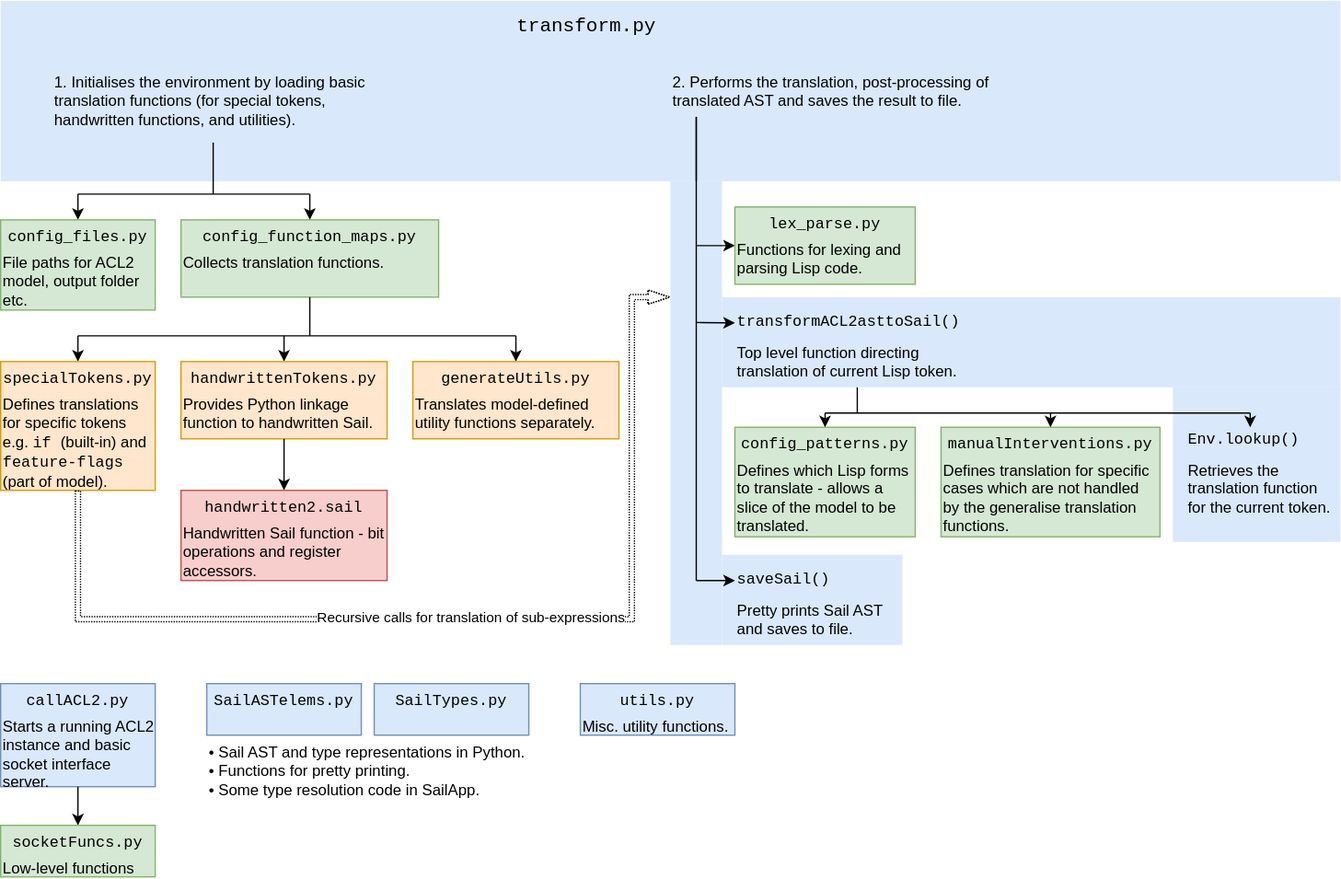
Above: doc/Diagrams.svg in rems-project/sail-x86-from-acl2 (draw.io), before the change. Source tidied: cells renumbered, new cells last; positions are measured from the earlier drawing's top-left corner, leaving out a move shared by most shapes.
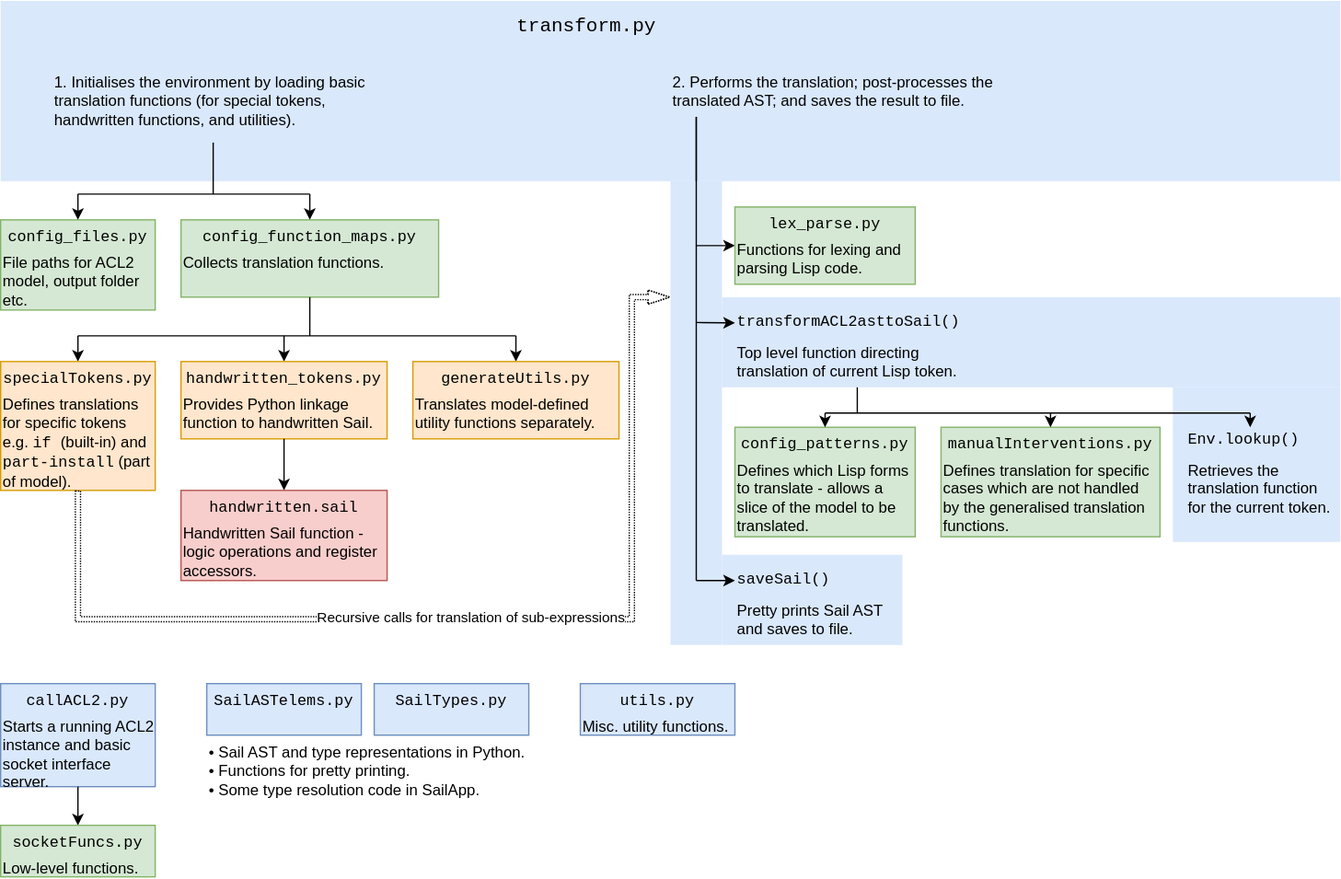
The same file after the commit.

What changed in the source:
```diff
@@ -74,7 +74,7 @@
     <mxCell id="21" value="manualInterventions.py" style="rounded=0;whiteSpace=wrap;html=1;fontFamily=Courier New;verticalAlign=top;fillColor=#d5e8d4;strokeColor=#82b366;" parent="2" vertex="1">
       <mxGeometry x="730" y="331" width="170" height="85" as="geometry" />
     </mxCell>
-    <mxCell id="22" value="Defines translation for specific cases which are not handled by the generalise translation functions." style="text;html=1;strokeColor=none;fillColor=none;align=left;verticalAlign=top;whiteSpace=wrap;rounded=0;fontFamily=Helvetica;labelPosition=center;verticalLabelPosition=middle;" parent="2" vertex="1">
+    <mxCell id="22" value="Defines translation for specific cases which are not handled by the generalised translation functions." style="text;html=1;strokeColor=none;fillColor=none;align=left;verticalAlign=top;whiteSpace=wrap;rounded=0;fontFamily=Helvetica;labelPosition=center;verticalLabelPosition=middle;" parent="2" vertex="1">
       <mxGeometry x="730" y="351" width="170" height="65" as="geometry" />
     </mxCell>
     <mxCell id="23" value="Env.lookup()" style="text;html=1;strokeColor=none;fillColor=none;align=left;verticalAlign=middle;whiteSpace=wrap;rounded=0;fontFamily=Courier New;" parent="2" vertex="1">
@@ -101,7 +101,7 @@
         <mxPoint x="220" y="260" as="targetPoint" />
       </mxGeometry>
     </mxCell>
-    <mxCell id="29" value="handwrittenTokens.py" style="rounded=0;whiteSpace=wrap;html=1;fontFamily=Courier New;verticalAlign=top;fillColor=#ffe6cc;strokeColor=#d79b00;" parent="1" vertex="1">
+    <mxCell id="29" value="handwritten_tokens.py" style="rounded=0;whiteSpace=wrap;html=1;fontFamily=Courier New;verticalAlign=top;fillColor=#ffe6cc;strokeColor=#d79b00;" parent="1" vertex="1">
       <mxGeometry x="140" y="280" width="160" height="60" as="geometry" />
     </mxCell>
     <mxCell id="30" style="edgeStyle=none;rounded=0;jettySize=auto;html=1;exitX=0.5;exitY=0;exitDx=0;exitDy=0;startArrow=classic;startFill=1;endArrow=none;endFill=0;fontFamily=Courier New;" parent="1" edge="1" source="31">
@@ -137,8 +137,8 @@
     <mxCell id="38" value="&lt;font style=&quot;font-size: 15px&quot;&gt;transform.py&lt;/font&gt;" style="text;html=1;strokeColor=none;fillColor=none;align=center;verticalAlign=middle;whiteSpace=wrap;rounded=0;fontFamily=Courier New;" parent="1" vertex="1">
       <mxGeometry x="400" y="10" width="110" height="20" as="geometry" />
     </mxCell>
-    <mxCell id="39" value="2. Performs the translation, post-processing of translated AST and saves the result to file." style="text;html=1;strokeColor=none;fillColor=none;align=left;verticalAlign=top;whiteSpace=wrap;rounded=0;fontFamily=Helvetica;labelPosition=center;verticalLabelPosition=middle;" parent="1" vertex="1">
-      <mxGeometry x="520" y="50" width="250" height="60" as="geometry" />
+    <mxCell id="39" value="2. Performs the translation; post-processes the translated AST; and saves the result to file." style="text;html=1;strokeColor=none;fillColor=none;align=left;verticalAlign=top;whiteSpace=wrap;rounded=0;fontFamily=Helvetica;labelPosition=center;verticalLabelPosition=middle;" parent="1" vertex="1">
+      <mxGeometry x="520" y="50" width="260" height="60" as="geometry" />
     </mxCell>
     <mxCell id="40" value="Functions for lexing and parsing Lisp code." style="text;html=1;strokeColor=none;fillColor=none;align=left;verticalAlign=top;whiteSpace=wrap;rounded=0;fontFamily=Helvetica;labelPosition=center;verticalLabelPosition=middle;" parent="1" vertex="1">
       <mxGeometry x="570" y="180" width="140" height="40" as="geometry" />
@@ -152,7 +152,7 @@
         </Array>
       </mxGeometry>
     </mxCell>
-    <mxCell id="42" value="Defines translations for specific tokens e.g. &lt;font face=&quot;Courier New&quot;&gt;if &lt;/font&gt;(built-in) and &lt;font face=&quot;Courier New&quot;&gt;feature-flags&lt;/font&gt; (part of model)." style="text;html=1;strokeColor=none;fillColor=none;align=left;verticalAlign=top;whiteSpace=wrap;rounded=0;fontFamily=Helvetica;labelPosition=center;verticalLabelPosition=middle;" parent="1" vertex="1">
+    <mxCell id="42" value="Defines translations for specific tokens e.g. &lt;font face=&quot;Courier New&quot;&gt;if &lt;/font&gt;(built-in) and &lt;font face=&quot;Courier New&quot;&gt;part-install&lt;/font&gt;&amp;nbsp;(part of model)." style="text;html=1;strokeColor=none;fillColor=none;align=left;verticalAlign=top;whiteSpace=wrap;rounded=0;fontFamily=Helvetica;labelPosition=center;verticalLabelPosition=middle;" parent="1" vertex="1">
       <mxGeometry y="300" width="120" height="80" as="geometry" />
     </mxCell>
     <mxCell id="43" value="Provides Python linkage function to handwritten Sail." style="text;html=1;strokeColor=none;fillColor=none;align=left;verticalAlign=top;whiteSpace=wrap;rounded=0;fontFamily=Helvetica;labelPosition=center;verticalLabelPosition=middle;" parent="1" vertex="1">
@@ -161,10 +161,10 @@
     <mxCell id="44" style="edgeStyle=none;rounded=0;jettySize=auto;html=1;exitX=0.5;exitY=0;exitDx=0;exitDy=0;entryX=0.5;entryY=1;entryDx=0;entryDy=0;startArrow=classic;startFill=1;endArrow=none;endFill=0;fontFamily=Courier New;" parent="1" edge="1" source="45" target="43">
       <mxGeometry relative="1" as="geometry" />
     </mxCell>
-    <mxCell id="45" value="handwritten2.sail" style="rounded=0;whiteSpace=wrap;html=1;fontFamily=Courier New;verticalAlign=top;fillColor=#f8cecc;strokeColor=#b85450;" parent="1" vertex="1">
+    <mxCell id="45" value="handwritten.sail" style="rounded=0;whiteSpace=wrap;html=1;fontFamily=Courier New;verticalAlign=top;fillColor=#f8cecc;strokeColor=#b85450;" parent="1" vertex="1">
       <mxGeometry x="140" y="380" width="160" height="70" as="geometry" />
     </mxCell>
-    <mxCell id="46" value="Handwritten Sail function - bit operations and register accessors." style="text;html=1;strokeColor=none;fillColor=none;align=left;verticalAlign=top;whiteSpace=wrap;rounded=0;fontFamily=Helvetica;labelPosition=center;verticalLabelPosition=middle;" parent="1" vertex="1">
+    <mxCell id="46" value="Handwritten Sail function - logic operations and register accessors." style="text;html=1;strokeColor=none;fillColor=none;align=left;verticalAlign=top;whiteSpace=wrap;rounded=0;fontFamily=Helvetica;labelPosition=center;verticalLabelPosition=middle;" parent="1" vertex="1">
       <mxGeometry x="140" y="400" width="160" height="50" as="geometry" />
     </mxCell>
     <mxCell id="47" value="Translates model-defined utility functions separately." style="text;html=1;strokeColor=none;fillColor=none;align=left;verticalAlign=top;whiteSpace=wrap;rounded=0;fontFamily=Helvetica;labelPosition=center;verticalLabelPosition=middle;" parent="1" vertex="1">
@@ -224,7 +224,7 @@
     <mxCell id="59" value="socketFuncs.py" style="rounded=0;whiteSpace=wrap;html=1;fontFamily=Courier New;verticalAlign=top;fillColor=#d5e8d4;strokeColor=#82b366;" parent="1" vertex="1">
       <mxGeometry y="640" width="120" height="40" as="geometry" />
     </mxCell>
-    <mxCell id="60" value="Low-level functions" style="text;html=1;strokeColor=none;fillColor=none;align=left;verticalAlign=top;whiteSpace=wrap;rounded=0;fontFamily=Helvetica;labelPosition=center;verticalLabelPosition=middle;" parent="1" vertex="1">
+    <mxCell id="60" value="Low-level functions." style="text;html=1;strokeColor=none;fillColor=none;align=left;verticalAlign=top;whiteSpace=wrap;rounded=0;fontFamily=Helvetica;labelPosition=center;verticalLabelPosition=middle;" parent="1" vertex="1">
       <mxGeometry y="660" width="120" height="20" as="geometry" />
     </mxCell>
     <mxCell id="61" value="SailASTelems.py" style="rounded=0;whiteSpace=wrap;html=1;fontFamily=Courier New;verticalAlign=top;fillColor=#dae8fc;strokeColor=#6c8ebf;" parent="1" vertex="1">
```
